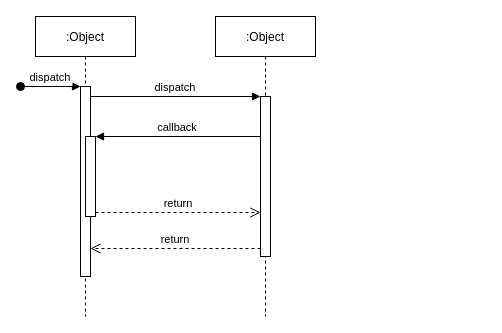
This is diagrams/seq1.drawio from bgunson/as, a draw.io file, before an edit. Source tidied: cells renumbered, new cells numbered last; positions are measured from the earlier drawing's top-left corner, leaving out a move shared by most shapes. Both pictures are drawn from the tidied source at 100%, with x=0, y=0 at pixel (20, 16).
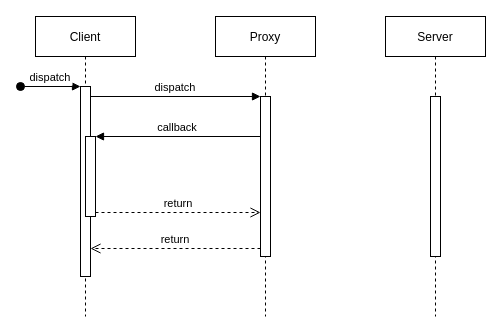
Above is the later version.

Change to the diagram source:
```diff
@@
 <mxGraphModel>
   <root>
     <mxCell id="0" />
     <mxCell id="1" parent="0" />
-    <mxCell id="2" value=":Object" style="shape=umlLifeline;perimeter=lifelinePerimeter;rounded=0;shadow=0;strokeWidth=1;" parent="1" vertex="1">
+    <mxCell id="2" value="Client" style="shape=umlLifeline;perimeter=lifelinePerimeter;rounded=0;shadow=0;strokeWidth=1;" parent="1" vertex="1">
       <mxGeometry x="15" width="100" height="300" as="geometry" />
     </mxCell>
     <mxCell id="3" style="points=[];perimeter=orthogonalPerimeter;rounded=0;shadow=0;strokeWidth=1;" parent="2" vertex="1">
       <mxGeometry x="45" y="70" width="10" height="190" as="geometry" />
     </mxCell>
     <mxCell id="4" value="dispatch" style="verticalAlign=bottom;startArrow=oval;endArrow=block;startSize=8;shadow=0;strokeWidth=1;" parent="2" edge="1" target="3">
       <mxGeometry relative="1" as="geometry">
         <mxPoint x="-15" y="70" as="sourcePoint" />
       </mxGeometry>
     </mxCell>
     <mxCell id="5" style="points=[];perimeter=orthogonalPerimeter;rounded=0;shadow=0;strokeWidth=1;" parent="2" vertex="1">
       <mxGeometry x="50" y="120" width="10" height="80" as="geometry" />
     </mxCell>
-    <mxCell id="6" value=":Object" style="shape=umlLifeline;perimeter=lifelinePerimeter;rounded=0;shadow=0;strokeWidth=1;" parent="1" vertex="1">
+    <mxCell id="6" value="Proxy" style="shape=umlLifeline;perimeter=lifelinePerimeter;rounded=0;shadow=0;strokeWidth=1;" parent="1" vertex="1">
       <mxGeometry x="195" width="100" height="300" as="geometry" />
     </mxCell>
     <mxCell id="7" style="points=[];perimeter=orthogonalPerimeter;rounded=0;shadow=0;strokeWidth=1;" parent="6" vertex="1">
       <mxGeometry x="45" y="80" width="10" height="160" as="geometry" />
     </mxCell>
     <mxCell id="8" value="return" style="verticalAlign=bottom;endArrow=open;dashed=1;endSize=8;exitX=0;exitY=0.95;shadow=0;strokeWidth=1;" parent="1" edge="1" source="7" target="3">
       <mxGeometry relative="1" as="geometry" />
     </mxCell>
     <mxCell id="9" value="dispatch" style="verticalAlign=bottom;endArrow=block;entryX=0;entryY=0;shadow=0;strokeWidth=1;" parent="1" edge="1" source="3" target="7">
       <mxGeometry relative="1" as="geometry" />
     </mxCell>
     <mxCell id="10" value="callback" style="verticalAlign=bottom;endArrow=block;entryX=1;entryY=0;shadow=0;strokeWidth=1;" parent="1" edge="1" source="7" target="5">
       <mxGeometry relative="1" as="geometry" />
     </mxCell>
     <mxCell id="11" value="return" style="verticalAlign=bottom;endArrow=open;dashed=1;endSize=8;exitX=1;exitY=0.95;shadow=0;strokeWidth=1;" parent="1" edge="1" source="5" target="7">
       <mxGeometry relative="1" as="geometry" />
     </mxCell>
+    <mxCell id="12" value="Server" style="shape=umlLifeline;perimeter=lifelinePerimeter;rounded=0;shadow=0;strokeWidth=1;" parent="1" vertex="1">
+      <mxGeometry x="365" width="100" height="300" as="geometry" />
+    </mxCell>
+    <mxCell id="13" style="perimeter=orthogonalPerimeter;rounded=0;shadow=0;strokeWidth=1;" parent="12" vertex="1">
+      <mxGeometry x="45" y="80" width="10" height="160" as="geometry" />
+    </mxCell>
   </root>
 </mxGraphModel>
```
